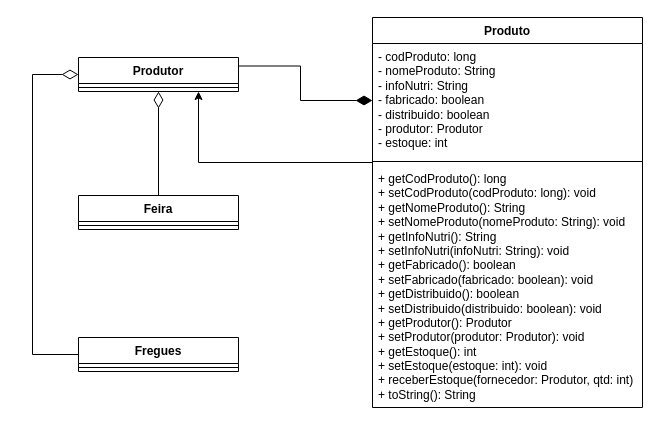
Above: Feira.drawio in laurasultan/software (draw.io), before the change. Source tidied: cells renumbered, new cells numbered last; positions are measured from the earlier drawing's top-left corner, leaving out a move shared by most shapes. Both pictures are drawn from the tidied source at 100%, with x=0, y=0 at pixel (32, 17).
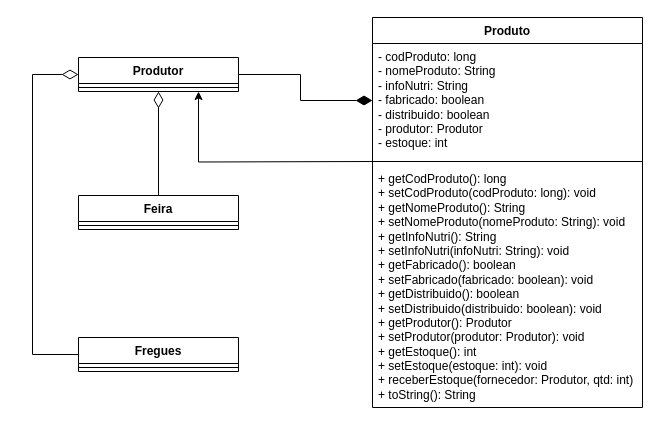
Above is the later version.

Change to the diagram source:
```diff
@@
 <mxGraphModel>
   <root>
     <mxCell id="0" />
     <mxCell id="1" parent="0" />
     <mxCell id="2" value="Produto" style="swimlane;fontStyle=1;align=center;verticalAlign=top;horizontal=1;startSize=26;whiteSpace=wrap;html=1;" parent="1" vertex="1">
       <mxGeometry x="340" width="270" height="390" as="geometry" />
     </mxCell>
     <mxCell id="3" value="&lt;div&gt;- codProduto: long&lt;/div&gt;&lt;div&gt;- nomeProduto: String&lt;/div&gt;&lt;div&gt;- infoNutri: String&lt;/div&gt;&lt;div&gt;- fabricado: boolean&lt;/div&gt;&lt;div&gt;- distribuido: boolean&lt;/div&gt;&lt;div&gt;- produtor: Produtor&lt;/div&gt;&lt;div&gt;- estoque: int&lt;br&gt;&lt;/div&gt;" style="text;strokeColor=none;fillColor=none;align=left;verticalAlign=top;spacingLeft=4;spacingRight=4;overflow=hidden;points=[[0,0.5],[1,0.5]];portConstraint=eastwest;whiteSpace=wrap;html=1;" parent="2" vertex="1">
       <mxGeometry y="26" width="270" height="114" as="geometry" />
     </mxCell>
     <mxCell id="4" style="line;strokeWidth=1;fillColor=none;align=left;verticalAlign=middle;spacingTop=-1;spacingLeft=3;spacingRight=3;labelPosition=right;points=[];portConstraint=eastwest;strokeColor=inherit;" parent="2" vertex="1">
       <mxGeometry y="140" width="270" height="8" as="geometry" />
     </mxCell>
     <mxCell id="5" value="&lt;div&gt;+ getCodProduto(): long&lt;/div&gt;&lt;div&gt;+ setCodProduto(codProduto: long): void&lt;/div&gt;&lt;div&gt;+ getNomeProduto(): String&lt;/div&gt;&lt;div&gt;+ setNomeProduto(nomeProduto: String): void&lt;/div&gt;&lt;div&gt;+ getInfoNutri(): String&lt;/div&gt;&lt;div&gt;+ setInfoNutri(infoNutri: String): void&lt;/div&gt;&lt;div&gt;+ getFabricado(): boolean&lt;/div&gt;&lt;div&gt;+ setFabricado(fabricado: boolean): void&lt;/div&gt;&lt;div&gt;+ getDistribuido(): boolean&lt;/div&gt;&lt;div&gt;+ setDistribuido(distribuido: boolean): void&lt;/div&gt;&lt;div&gt;+ getProdutor(): Produtor&lt;/div&gt;&lt;div&gt;+ setProdutor(produtor: Produtor): void&lt;/div&gt;&lt;div&gt;+ getEstoque(): int&lt;/div&gt;&lt;div&gt;+ setEstoque(estoque: int): void&lt;/div&gt;&lt;div&gt;+ receberEstoque(fornecedor: Produtor, qtd: int)&lt;/div&gt;&lt;div&gt;+ toString(): String&lt;/div&gt;" style="text;strokeColor=none;fillColor=none;align=left;verticalAlign=top;spacingLeft=4;spacingRight=4;overflow=hidden;whiteSpace=wrap;html=1;" parent="2" vertex="1">
       <mxGeometry y="148" width="270" height="242" as="geometry" />
     </mxCell>
-    <mxCell id="6" style="edgeStyle=orthogonalEdgeStyle;rounded=0;jettySize=auto;html=1;exitX=1;exitY=0.25;exitDx=0;exitDy=0;entryX=0;entryY=0.5;entryDx=0;entryDy=0;endArrow=diamondThin;endFill=1;endSize=14;" parent="1" edge="1" source="7" target="3">
+    <mxCell id="6" style="edgeStyle=orthogonalEdgeStyle;rounded=0;jettySize=auto;html=1;entryX=0;entryY=0.5;entryDx=0;entryDy=0;endArrow=diamondThin;endFill=1;endSize=14;exitX=1;exitY=0.5;exitDx=0;exitDy=0;" parent="1" edge="1" source="7" target="3">
       <mxGeometry relative="1" as="geometry" />
     </mxCell>
     <mxCell id="7" value="Produtor" style="swimlane;fontStyle=1;align=center;verticalAlign=top;horizontal=1;startSize=26;whiteSpace=wrap;html=1;" parent="1" vertex="1">
       <mxGeometry x="46" y="40" width="160" height="34" as="geometry" />
     </mxCell>
     <mxCell id="8" style="line;strokeWidth=1;fillColor=none;align=left;verticalAlign=middle;spacingTop=-1;spacingLeft=3;spacingRight=3;labelPosition=right;strokeColor=inherit;" parent="7" vertex="1">
       <mxGeometry y="26" width="160" height="8" as="geometry" />
     </mxCell>
     <mxCell id="9" style="edgeStyle=orthogonalEdgeStyle;rounded=0;jettySize=auto;html=1;exitX=0.5;exitY=0;exitDx=0;exitDy=0;entryX=0.5;entryY=1;entryDx=0;entryDy=0;endArrow=diamondThin;endFill=0;endSize=14;" parent="1" edge="1" source="10" target="7">
       <mxGeometry relative="1" as="geometry" />
     </mxCell>
     <mxCell id="10" value="Feira" style="swimlane;fontStyle=1;align=center;verticalAlign=top;horizontal=1;startSize=26;whiteSpace=wrap;html=1;" parent="1" vertex="1">
       <mxGeometry x="46" y="178" width="160" height="34" as="geometry" />
     </mxCell>
     <mxCell id="11" style="line;strokeWidth=1;fillColor=none;align=left;verticalAlign=middle;spacingTop=-1;spacingLeft=3;spacingRight=3;labelPosition=right;strokeColor=inherit;" parent="10" vertex="1">
       <mxGeometry y="26" width="160" height="8" as="geometry" />
     </mxCell>
     <mxCell id="12" style="edgeStyle=orthogonalEdgeStyle;rounded=0;jettySize=auto;html=1;exitX=0;exitY=0.5;exitDx=0;exitDy=0;entryX=0;entryY=0.5;entryDx=0;entryDy=0;endArrow=diamondThin;endFill=0;endSize=14;" parent="1" edge="1" source="13" target="7">
       <mxGeometry relative="1" as="geometry">
         <Array as="points">
           <mxPoint y="337" />
           <mxPoint y="57" />
         </Array>
       </mxGeometry>
     </mxCell>
     <mxCell id="13" value="Fregues" style="swimlane;fontStyle=1;align=center;verticalAlign=top;horizontal=1;startSize=26;whiteSpace=wrap;html=1;" parent="1" vertex="1">
       <mxGeometry x="46" y="320" width="160" height="34" as="geometry" />
     </mxCell>
     <mxCell id="14" style="line;strokeWidth=1;fillColor=none;align=left;verticalAlign=middle;spacingTop=-1;spacingLeft=3;spacingRight=3;labelPosition=right;strokeColor=inherit;" parent="13" vertex="1">
       <mxGeometry y="26" width="160" height="8" as="geometry" />
     </mxCell>
-    <mxCell id="15" style="edgeStyle=orthogonalEdgeStyle;rounded=0;jettySize=auto;html=1;exitX=0;exitY=0.625;exitDx=0;exitDy=0;entryX=0.75;entryY=1;entryDx=0;entryDy=0;exitPerimeter=0;" parent="1" edge="1" source="4" target="7">
-      <mxGeometry relative="1" as="geometry" />
+    <mxCell id="15" style="edgeStyle=orthogonalEdgeStyle;rounded=0;jettySize=auto;html=1;entryX=0.75;entryY=1;entryDx=0;entryDy=0;" parent="1" edge="1" target="7">
+      <mxGeometry relative="1" as="geometry">
+        <mxPoint x="340" y="144" as="sourcePoint" />
+      </mxGeometry>
     </mxCell>
   </root>
 </mxGraphModel>
```
